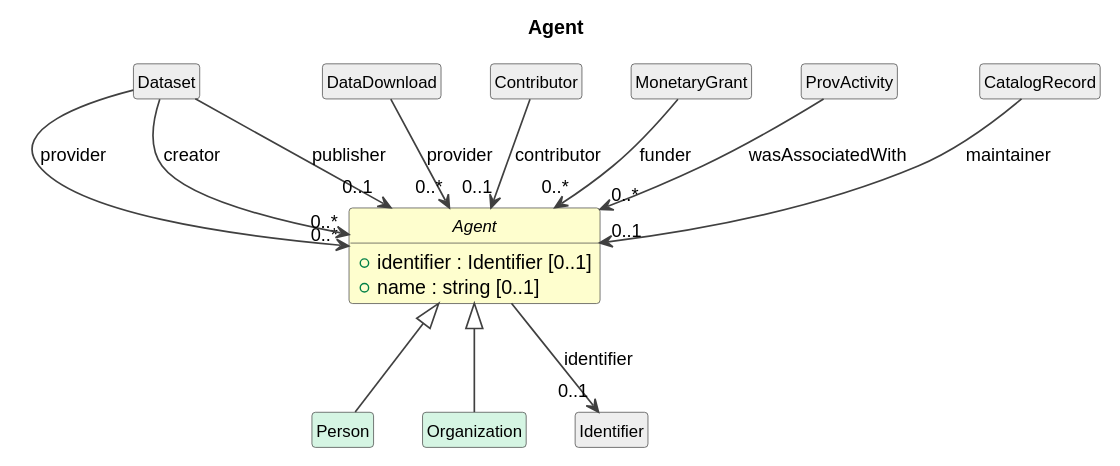
Earlier version of the PlantUML export cdif-uml-model/_plantuml/cdifCore/Classes/Agent.svg (Cross-Domain-Interoperability-Framework/metadataBuildingBlocks). The source it was exported from:
```plantuml
@startuml
title Agent
hide circle
hide empty members
skinparam shadowing false
skinparam ArrowThickness 1.2
skinparam class {
  ArrowColor #404040
  BorderColor #404040
  FontSize 12
}

abstract class "Agent" as Agent #FEFECE {
  +identifier : Identifier [0..1]
  +name : string [0..1]
}
class "Person" as Person #D5F5E3
Agent <|-- Person
class "Organization" as Organization #D5F5E3
Agent <|-- Organization
class "Dataset" as Dataset #EEEEEE
Dataset --> "0..*" Agent : provider
Dataset --> "0..*" Agent : creator
Dataset --> "0..1" Agent : publisher
class "DataDownload" as DataDownload #EEEEEE
DataDownload --> "0..*" Agent : provider
class "Contributor" as Contributor #EEEEEE
Contributor --> "0..1" Agent : contributor
class "MonetaryGrant" as MonetaryGrant #EEEEEE
MonetaryGrant --> "0..*" Agent : funder
class "ProvActivity" as ProvActivity #EEEEEE
ProvActivity --> "0..*" Agent : wasAssociatedWith
class "CatalogRecord" as CatalogRecord #EEEEEE
CatalogRecord --> "0..1" Agent : maintainer
class "Identifier" as Identifier #EEEEEE
Agent --> "0..1" Identifier : identifier
@enduml
```
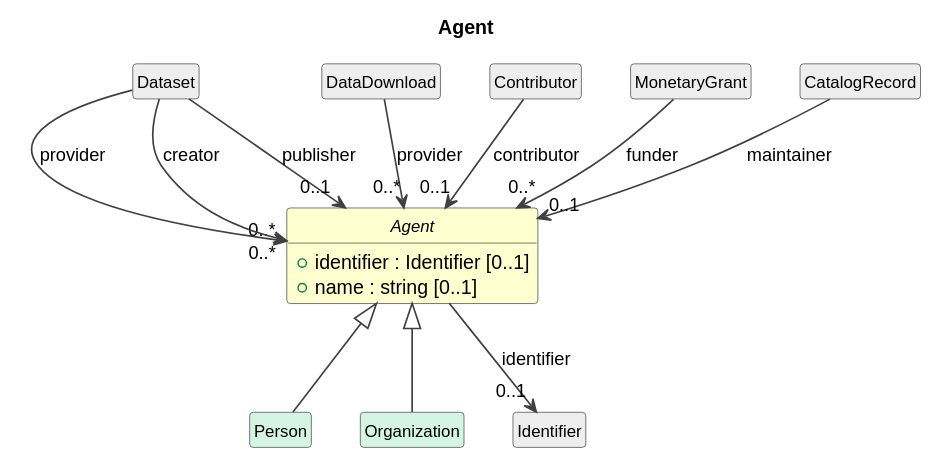
After the change.

Commit message:
Model browser: re-render stale cdifCore Agent/ProvActivity SVGs

The edit, as a diff of the source:
```diff
@@ -28,8 +28,6 @@
 Contributor --> "0..1" Agent : contributor
 class "MonetaryGrant" as MonetaryGrant #EEEEEE
 MonetaryGrant --> "0..*" Agent : funder
-class "ProvActivity" as ProvActivity #EEEEEE
-ProvActivity --> "0..*" Agent : wasAssociatedWith
 class "CatalogRecord" as CatalogRecord #EEEEEE
 CatalogRecord --> "0..1" Agent : maintainer
 class "Identifier" as Identifier #EEEEEE
```
